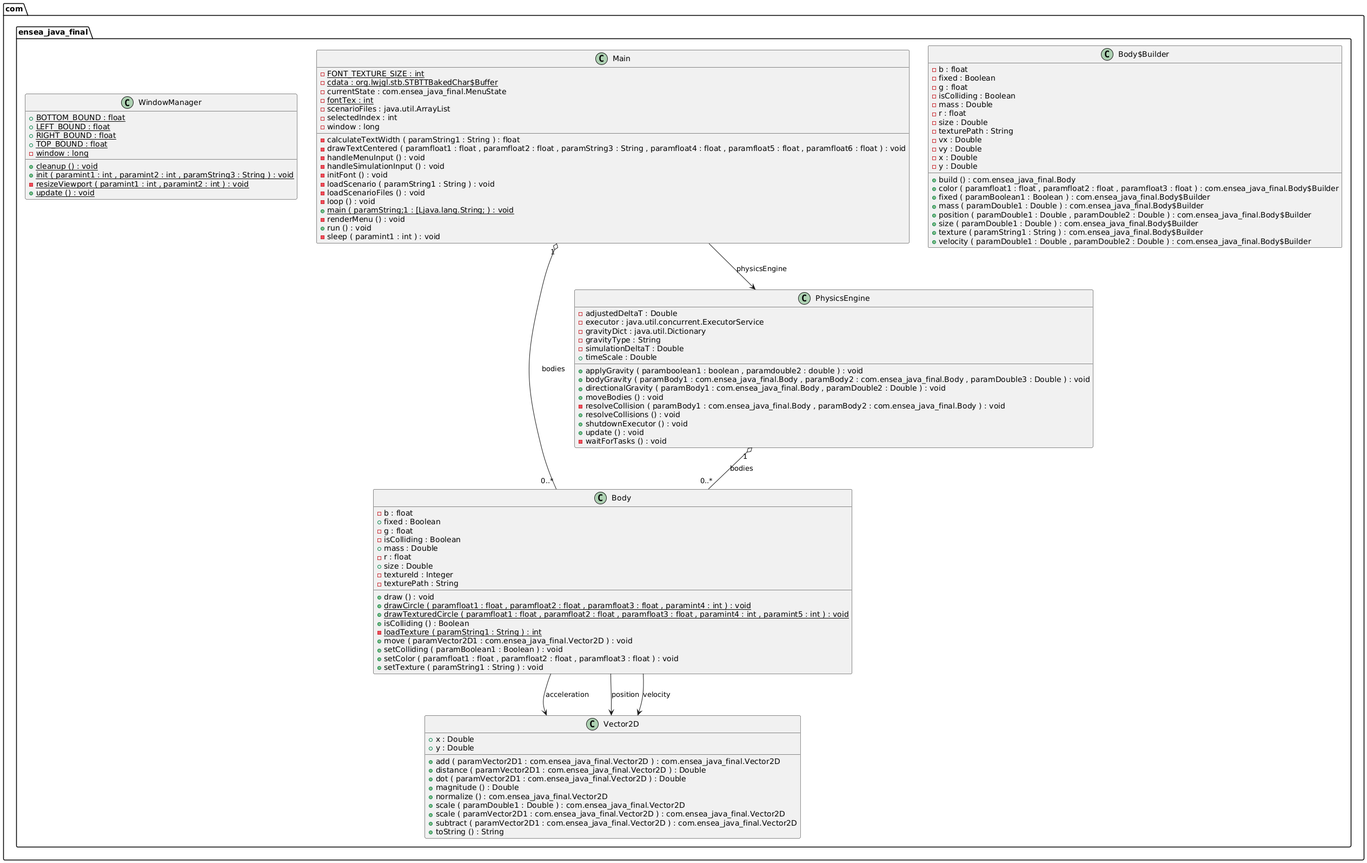
Above: demo/diagram/uml-diagram.png in AidanBaros/ENSEA_Java_Final (PlantUML), before the change. Its diagram source:
```plantuml
@startuml

class com.ensea_java_final.Body {
	{field} -b : float
	{field} +fixed : Boolean
	{field} -g : float
	{field} -isColliding : Boolean
	{field} +mass : Double
	{field} -r : float
	{field} +size : Double
	{field} -textureId : Integer
	{field} -texturePath : String
	{method} +draw () : void
	{method}  {static} +drawCircle ( paramfloat1 : float , paramfloat2 : float , paramfloat3 : float , paramint4 : int ) : void
	{method}  {static} +drawTexturedCircle ( paramfloat1 : float , paramfloat2 : float , paramfloat3 : float , paramint4 : int , paramint5 : int ) : void
	{method} +isColliding () : Boolean
	{method}  {static} -loadTexture ( paramString1 : String ) : int
	{method} +move ( paramVector2D1 : com.ensea_java_final.Vector2D ) : void
	{method} +setColliding ( paramBoolean1 : Boolean ) : void
	{method} +setColor ( paramfloat1 : float , paramfloat2 : float , paramfloat3 : float ) : void
	{method} +setTexture ( paramString1 : String ) : void
}


class com.ensea_java_final.Body$Builder {
	{field} -b : float
	{field} -fixed : Boolean
	{field} -g : float
	{field} -isColliding : Boolean
	{field} -mass : Double
	{field} -r : float
	{field} -size : Double
	{field} -texturePath : String
	{field} -vx : Double
	{field} -vy : Double
	{field} -x : Double
	{field} -y : Double
	{method} +build () : com.ensea_java_final.Body
	{method} +color ( paramfloat1 : float , paramfloat2 : float , paramfloat3 : float ) : com.ensea_java_final.Body$Builder
	{method} +fixed ( paramBoolean1 : Boolean ) : com.ensea_java_final.Body$Builder
	{method} +mass ( paramDouble1 : Double ) : com.ensea_java_final.Body$Builder
	{method} +position ( paramDouble1 : Double , paramDouble2 : Double ) : com.ensea_java_final.Body$Builder
	{method} +size ( paramDouble1 : Double ) : com.ensea_java_final.Body$Builder
	{method} +texture ( paramString1 : String ) : com.ensea_java_final.Body$Builder
	{method} +velocity ( paramDouble1 : Double , paramDouble2 : Double ) : com.ensea_java_final.Body$Builder
}


class com.ensea_java_final.Main {
	{field} {static} -FONT_TEXTURE_SIZE : int
	{field} {static} -cdata : org.lwjgl.stb.STBTTBakedChar$Buffer
	{field} -currentState : com.ensea_java_final.MenuState
	{field} {static} -fontTex : int
	{field} -scenarioFiles : java.util.ArrayList
	{field} -selectedIndex : int
	{field} -window : long
	{method} -calculateTextWidth ( paramString1 : String ) : float
	{method} -drawTextCentered ( paramfloat1 : float , paramfloat2 : float , paramString3 : String , paramfloat4 : float , paramfloat5 : float , paramfloat6 : float ) : void
	{method} -handleMenuInput () : void
	{method} -handleSimulationInput () : void
	{method} -initFont () : void
	{method} -loadScenario ( paramString1 : String ) : void
	{method} -loadScenarioFiles () : void
	{method} -loop () : void
	{method}  {static} +main ( paramString;1 : [Ljava.lang.String; ) : void
	{method} -renderMenu () : void
	{method} +run () : void
	{method} -sleep ( paramint1 : int ) : void
}


class com.ensea_java_final.PhysicsEngine {
	{field} -adjustedDeltaT : Double
	{field} -executor : java.util.concurrent.ExecutorService
	{field} -gravityDict : java.util.Dictionary
	{field} -gravityType : String
	{field} -simulationDeltaT : Double
	{field} +timeScale : Double
	{method} +applyGravity ( paramboolean1 : boolean , paramdouble2 : double ) : void
	{method} +bodyGravity ( paramBody1 : com.ensea_java_final.Body , paramBody2 : com.ensea_java_final.Body , paramDouble3 : Double ) : void
	{method} +directionalGravity ( paramBody1 : com.ensea_java_final.Body , paramDouble2 : Double ) : void
	{method} +moveBodies () : void
	{method} -resolveCollision ( paramBody1 : com.ensea_java_final.Body , paramBody2 : com.ensea_java_final.Body ) : void
	{method} +resolveCollisions () : void
	{method} +shutdownExecutor () : void
	{method} +update () : void
	{method} -waitForTasks () : void
}


class com.ensea_java_final.Vector2D {
	{field} +x : Double
	{field} +y : Double
	{method} +add ( paramVector2D1 : com.ensea_java_final.Vector2D ) : com.ensea_java_final.Vector2D
	{method} +distance ( paramVector2D1 : com.ensea_java_final.Vector2D ) : Double
	{method} +dot ( paramVector2D1 : com.ensea_java_final.Vector2D ) : Double
	{method} +magnitude () : Double
	{method} +normalize () : com.ensea_java_final.Vector2D
	{method} +scale ( paramDouble1 : Double ) : com.ensea_java_final.Vector2D
	{method} +scale ( paramVector2D1 : com.ensea_java_final.Vector2D ) : com.ensea_java_final.Vector2D
	{method} +subtract ( paramVector2D1 : com.ensea_java_final.Vector2D ) : com.ensea_java_final.Vector2D
	{method} +toString () : String
}


class com.ensea_java_final.WindowManager {
	{field} {static} +BOTTOM_BOUND : float
	{field} {static} +LEFT_BOUND : float
	{field} {static} +RIGHT_BOUND : float
	{field} {static} +TOP_BOUND : float
	{field} {static} -window : long
	{method}  {static} +cleanup () : void
	{method}  {static} +init ( paramint1 : int , paramint2 : int , paramString3 : String ) : void
	{method}  {static} -resizeViewport ( paramint1 : int , paramint2 : int ) : void
	{method}  {static} +update () : void
}




com.ensea_java_final.Body -->  com.ensea_java_final.Vector2D : acceleration
com.ensea_java_final.Body -->  com.ensea_java_final.Vector2D : position
com.ensea_java_final.Body -->  com.ensea_java_final.Vector2D : velocity
com.ensea_java_final.Main "1" o-- "0..*"  com.ensea_java_final.Body : bodies
com.ensea_java_final.Main -->  com.ensea_java_final.PhysicsEngine : physicsEngine
com.ensea_java_final.PhysicsEngine "1" o-- "0..*"  com.ensea_java_final.Body : bodies


@enduml
```
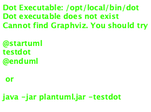
Later version of the same file.

Change to the diagram source:
```diff
@@ -79,12 +79,13 @@
 	{method} +applyGravity ( paramboolean1 : boolean , paramdouble2 : double ) : void
 	{method} +bodyGravity ( paramBody1 : com.ensea_java_final.Body , paramBody2 : com.ensea_java_final.Body , paramDouble3 : Double ) : void
 	{method} +directionalGravity ( paramBody1 : com.ensea_java_final.Body , paramDouble2 : Double ) : void
+	{method} -invokeAll ( paramArrayList1 : java.util.ArrayList ) : void
 	{method} +moveBodies () : void
 	{method} -resolveCollision ( paramBody1 : com.ensea_java_final.Body , paramBody2 : com.ensea_java_final.Body ) : void
 	{method} +resolveCollisions () : void
+	{method} -runTasks ( paramConsumer1 : java.util.function.Consumer ) : void
 	{method} +shutdownExecutor () : void
 	{method} +update () : void
-	{method} -waitForTasks () : void
 }
 
 
```
